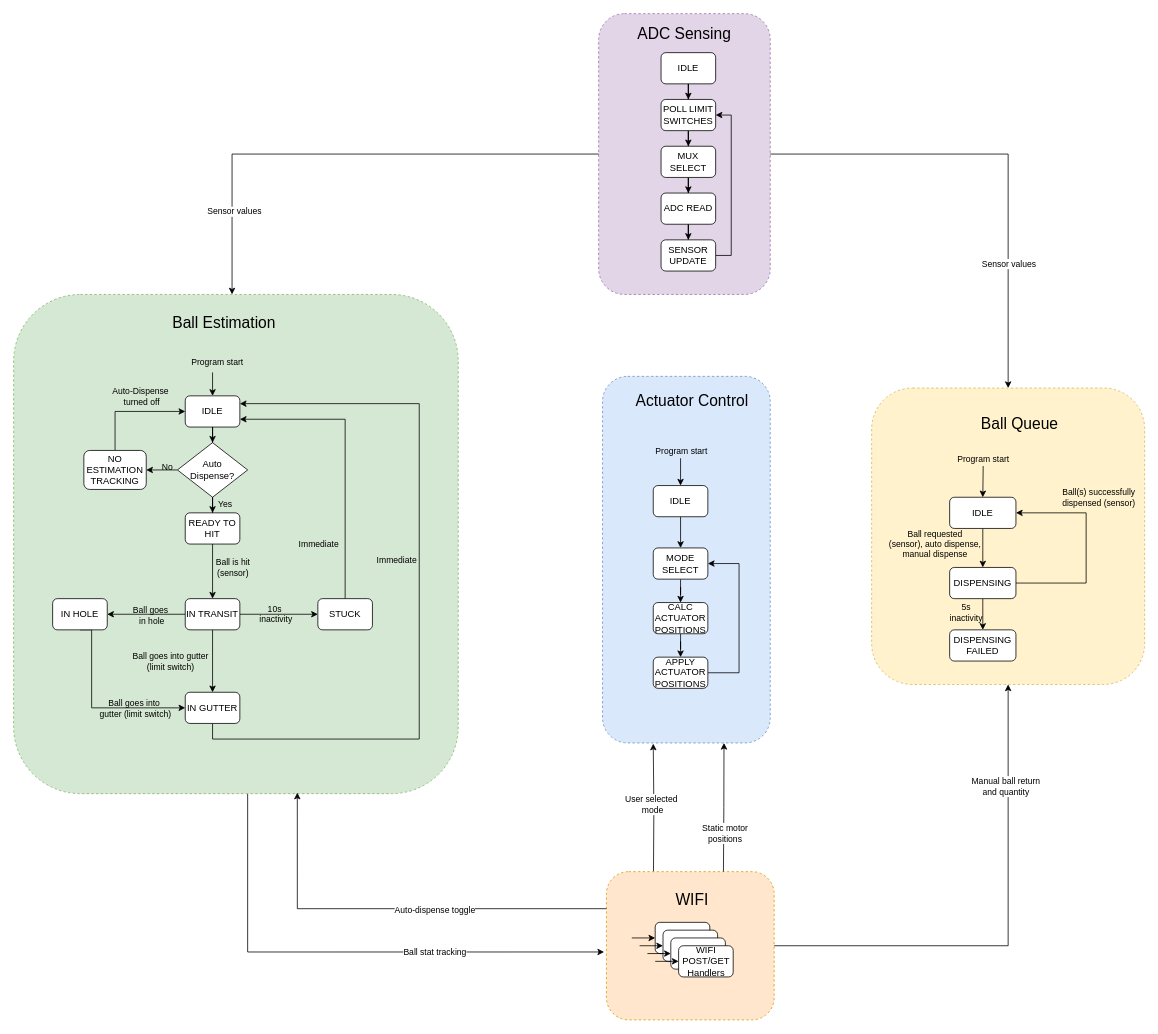
Before: firmware/diagrams/statemachine.drawio in ethanabraham639/Capstone-2025, a draw.io diagram. Source tidied: cells renumbered, new cells numbered last; positions are measured from the earlier drawing's top-left corner, leaving out a move shared by most shapes. Both pictures are drawn from the tidied source at 78%, with x=0, y=0 at pixel (13, 13).
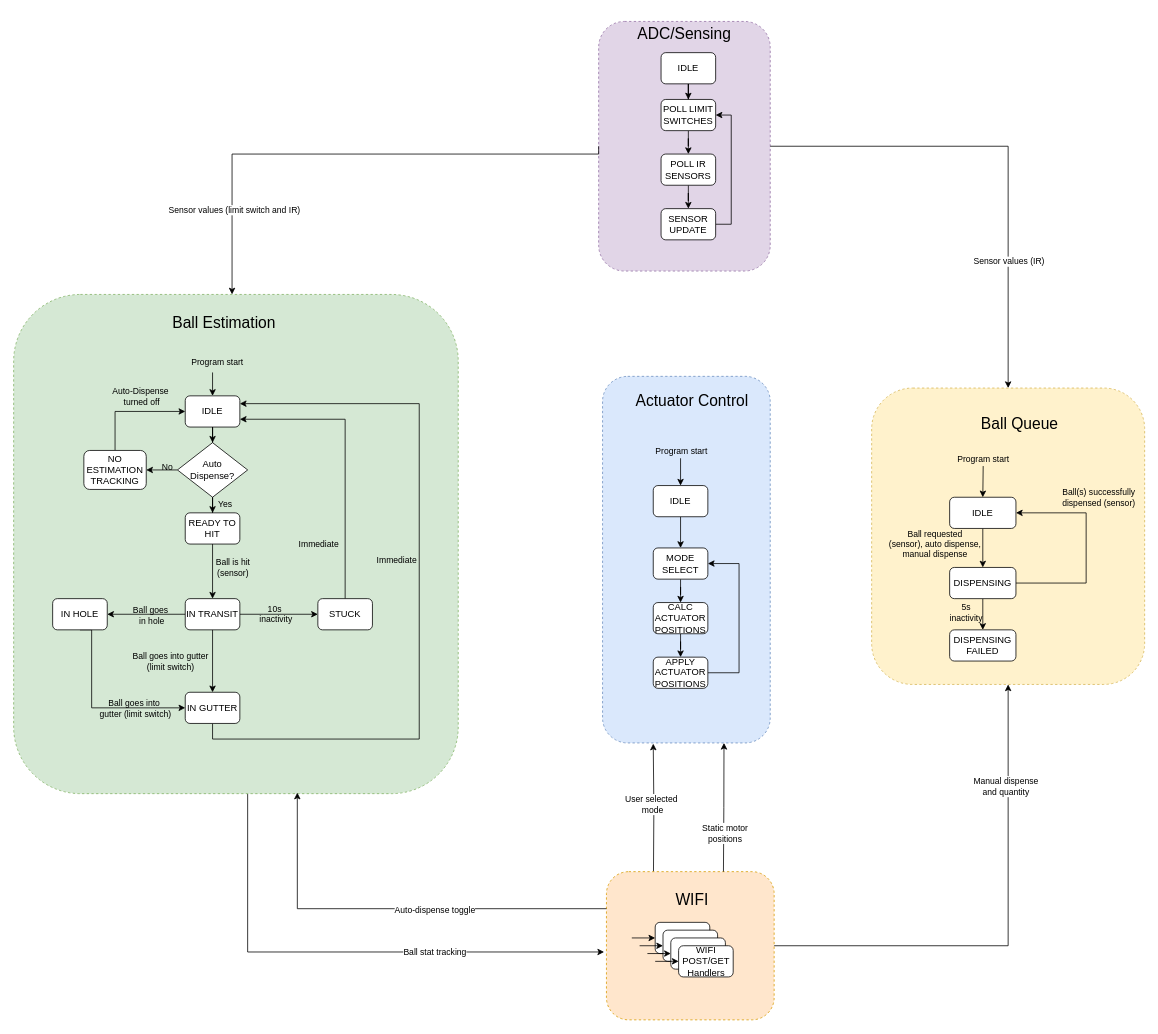
After the change.

The change refers to these unchanged cells:
```xml
<mxCell id="32" style="group;" parent="1" vertex="1">
  <mxGeometry x="750" width="220" height="360" as="geometry" />
</mxCell>
<mxCell id="38" value="POLL LIMIT SWITCHES" style="rounded=1;whiteSpace=wrap;html=1;" parent="32" vertex="1">
  <mxGeometry x="80" y="110" width="70" height="40" as="geometry" />
</mxCell>
<mxCell id="45" style="edgeStyle=orthogonalEdgeStyle;rounded=0;jettySize=auto;html=1;entryX=0.474;entryY=0;entryDx=0;entryDy=0;entryPerimeter=0;exitX=0;exitY=0.5;exitDx=0;exitDy=0;" parent="1" edge="1" source="33">
  <mxGeometry relative="1" as="geometry">
    <mxPoint x="280" y="360" as="targetPoint" />
    <Array as="points">
      <mxPoint x="280" y="180" />
    </Array>
  </mxGeometry>
</mxCell>
<mxCell id="47" style="edgeStyle=orthogonalEdgeStyle;rounded=0;jettySize=auto;html=1;entryX=0.5;entryY=0;entryDx=0;entryDy=0;" parent="1" edge="1" source="33" target="74">
  <mxGeometry relative="1" as="geometry" />
</mxCell>
<mxCell id="97" style="edgeStyle=orthogonalEdgeStyle;rounded=0;jettySize=auto;html=1;entryX=0.5;entryY=1;entryDx=0;entryDy=0;" parent="1" edge="1" source="5" target="74">
  <mxGeometry relative="1" as="geometry" />
</mxCell>
```

Change to the diagram source:
```diff
@@
     <mxCell id="33" style="rounded=1;whiteSpace=wrap;html=1;dashed=1;arcSize=15;fillColor=#e1d5e7;strokeColor=#9673a6;" parent="32" vertex="1">
-      <mxGeometry width="220" height="360" as="geometry" />
+      <mxGeometry y="10" width="220" height="320" as="geometry" />
     </mxCell>
@@
-    <mxCell id="36" value="&lt;span style=&quot;font-size: 20px;&quot;&gt;ADC Sensing&lt;/span&gt;" style="text;html=1;align=center;verticalAlign=middle;whiteSpace=wrap;rounded=0;" parent="32" vertex="1">
+    <mxCell id="36" value="&lt;span style=&quot;font-size: 20px;&quot;&gt;ADC/Sensing&lt;/span&gt;" style="text;html=1;align=center;verticalAlign=middle;whiteSpace=wrap;rounded=0;" parent="32" vertex="1">
       <mxGeometry x="30" y="10" width="160" height="30" as="geometry" />
     </mxCell>
@@
-    <mxCell id="39" style="edgeStyle=orthogonalEdgeStyle;rounded=0;jettySize=auto;html=1;entryX=0.5;entryY=0;entryDx=0;entryDy=0;" parent="32" edge="1" source="40" target="42">
-      <mxGeometry relative="1" as="geometry" />
-    </mxCell>
+    <mxCell id="99" style="edgeStyle=orthogonalEdgeStyle;rounded=0;jettySize=auto;html=1;entryX=0.5;entryY=0;entryDx=0;entryDy=0;" parent="32" edge="1" source="40" target="44">
+      <mxGeometry relative="1" as="geometry" />
+    </mxCell>
-    <mxCell id="40" value="MUX SELECT" style="rounded=1;whiteSpace=wrap;html=1;" parent="32" vertex="1">
-      <mxGeometry x="80" y="170" width="70" height="40" as="geometry" />
+    <mxCell id="40" value="POLL IR SENSORS" style="rounded=1;whiteSpace=wrap;html=1;" parent="32" vertex="1">
+      <mxGeometry x="80" y="180" width="70" height="40" as="geometry" />
     </mxCell>
-    <mxCell id="41" style="edgeStyle=orthogonalEdgeStyle;rounded=0;jettySize=auto;html=1;entryX=0.5;entryY=0;entryDx=0;entryDy=0;" parent="32" edge="1" source="42" target="44">
-      <mxGeometry relative="1" as="geometry" />
-    </mxCell>
-    <mxCell id="42" value="ADC READ" style="rounded=1;whiteSpace=wrap;html=1;" parent="32" vertex="1">
-      <mxGeometry x="80" y="230" width="70" height="40" as="geometry" />
-    </mxCell>
     <mxCell id="43" style="edgeStyle=orthogonalEdgeStyle;rounded=0;jettySize=auto;html=1;entryX=1;entryY=0.5;entryDx=0;entryDy=0;" parent="32" edge="1" source="44" target="38">
       <mxGeometry relative="1" as="geometry">
         <Array as="points">
-          <mxPoint x="170" y="310" />
+          <mxPoint x="170" y="270" />
           <mxPoint x="170" y="130" />
         </Array>
       </mxGeometry>
     </mxCell>
     <mxCell id="44" value="SENSOR UPDATE" style="rounded=1;whiteSpace=wrap;html=1;" parent="32" vertex="1">
-      <mxGeometry x="80" y="290" width="70" height="40" as="geometry" />
+      <mxGeometry x="80" y="250" width="70" height="40" as="geometry" />
     </mxCell>
@@
-    <mxCell id="46" value="Sensor values" style="edgeLabel;html=1;align=center;verticalAlign=middle;" parent="45" vertex="1">
+    <mxCell id="46" value="Sensor values (limit switch and IR)" style="edgeLabel;html=1;align=center;verticalAlign=middle;" parent="45" vertex="1">
       <mxGeometry x="0.67" y="2" relative="1" as="geometry" />
     </mxCell>
@@
-    <mxCell id="48" value="Sensor values" style="edgeLabel;html=1;align=center;verticalAlign=middle;" parent="47" vertex="1">
+    <mxCell id="48" value="Sensor values (IR)" style="edgeLabel;html=1;align=center;verticalAlign=middle;" parent="47" vertex="1">
       <mxGeometry x="0.47" relative="1" as="geometry" />
     </mxCell>
@@
-    <mxCell id="98" value="Manual ball return&lt;div&gt;and quantity&lt;/div&gt;" style="edgeLabel;html=1;align=center;verticalAlign=middle;" parent="97" vertex="1">
+    <mxCell id="98" value="Manual dispense&lt;div&gt;and quantity&lt;/div&gt;" style="edgeLabel;html=1;align=center;verticalAlign=middle;" parent="97" vertex="1">
       <mxGeometry x="0.59" y="4" relative="1" as="geometry" />
     </mxCell>
```
